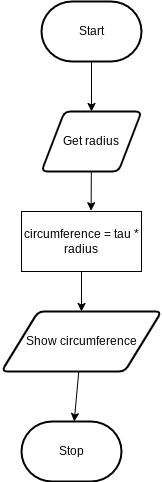
The draw.io diagram flowchat.png in Kyanh-Pham/ICS3U-Unit2-03-Python, before a commit. Source tidied: cells renumbered, new cells last; positions are measured from the earlier drawing's top-left corner, leaving out a move shared by most shapes. Its diagram source:
```xml
<mxGraphModel>
  <root>
    <mxCell id="0" />
    <mxCell id="1" parent="0" />
    <mxCell id="2" style="edgeStyle=none;html=1;entryX=0.5;entryY=0;entryDx=0;entryDy=0;" parent="1" edge="1" source="3" target="5">
      <mxGeometry relative="1" as="geometry" />
    </mxCell>
    <mxCell id="3" value="Start" style="strokeWidth=2;html=1;shape=mxgraph.flowchart.terminator;whiteSpace=wrap;" parent="1" vertex="1">
      <mxGeometry x="40" width="100" height="60" as="geometry" />
    </mxCell>
    <mxCell id="4" style="edgeStyle=none;html=1;entryX=0.58;entryY=-0.013;entryDx=0;entryDy=0;entryPerimeter=0;" parent="1" edge="1" source="5" target="7">
      <mxGeometry relative="1" as="geometry" />
    </mxCell>
    <mxCell id="5" value="Get radius" style="shape=parallelogram;html=1;strokeWidth=2;perimeter=parallelogramPerimeter;whiteSpace=wrap;rounded=1;arcSize=12;size=0.23;" parent="1" vertex="1">
      <mxGeometry x="40" y="110" width="100" height="60" as="geometry" />
    </mxCell>
    <mxCell id="6" style="edgeStyle=none;html=1;entryX=0.5;entryY=0;entryDx=0;entryDy=0;" parent="1" edge="1" source="7" target="9">
      <mxGeometry relative="1" as="geometry" />
    </mxCell>
    <mxCell id="7" value="circumference = tau * radius" style="rounded=0;whiteSpace=wrap;html=1;" parent="1" vertex="1">
      <mxGeometry x="20" y="210" width="120" height="60" as="geometry" />
    </mxCell>
    <mxCell id="8" style="edgeStyle=none;html=1;" parent="1" edge="1" source="9" target="10">
      <mxGeometry relative="1" as="geometry" />
    </mxCell>
    <mxCell id="9" value="Show circumference" style="shape=parallelogram;html=1;strokeWidth=2;perimeter=parallelogramPerimeter;whiteSpace=wrap;rounded=1;arcSize=12;size=0.23;" parent="1" vertex="1">
      <mxGeometry y="310" width="160" height="60" as="geometry" />
    </mxCell>
    <mxCell id="10" value="Stop" style="strokeWidth=2;html=1;shape=mxgraph.flowchart.terminator;whiteSpace=wrap;" parent="1" vertex="1">
      <mxGeometry x="20" y="420" width="100" height="60" as="geometry" />
    </mxCell>
  </root>
</mxGraphModel>
```
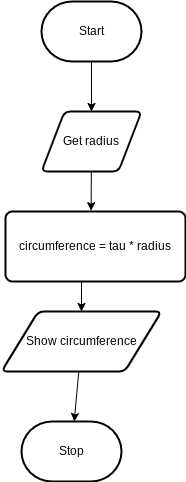
Later version of the same file.

Commit message:
changed flowchart to round edge

What changed in the source:
```diff
@@ -8,18 +8,19 @@
     <mxCell id="3" value="Start" style="strokeWidth=2;html=1;shape=mxgraph.flowchart.terminator;whiteSpace=wrap;" parent="1" vertex="1">
       <mxGeometry x="40" width="100" height="60" as="geometry" />
     </mxCell>
-    <mxCell id="4" style="edgeStyle=none;html=1;entryX=0.58;entryY=-0.013;entryDx=0;entryDy=0;entryPerimeter=0;" parent="1" edge="1" source="5" target="7">
-      <mxGeometry relative="1" as="geometry" />
+    <mxCell id="4" style="edgeStyle=none;html=1;entryX=0.58;entryY=-0.013;entryDx=0;entryDy=0;entryPerimeter=0;" parent="1" edge="1" source="5">
+      <mxGeometry relative="1" as="geometry">
+        <mxPoint x="89.6" y="209.2" as="targetPoint" />
+      </mxGeometry>
     </mxCell>
     <mxCell id="5" value="Get radius" style="shape=parallelogram;html=1;strokeWidth=2;perimeter=parallelogramPerimeter;whiteSpace=wrap;rounded=1;arcSize=12;size=0.23;" parent="1" vertex="1">
       <mxGeometry x="40" y="110" width="100" height="60" as="geometry" />
     </mxCell>
-    <mxCell id="6" style="edgeStyle=none;html=1;entryX=0.5;entryY=0;entryDx=0;entryDy=0;" parent="1" edge="1" source="7" target="9">
-      <mxGeometry relative="1" as="geometry" />
+    <mxCell id="6" style="edgeStyle=none;html=1;entryX=0.5;entryY=0;entryDx=0;entryDy=0;" parent="1" edge="1" target="9">
+      <mxGeometry relative="1" as="geometry">
+        <mxPoint x="80" y="270" as="sourcePoint" />
+      </mxGeometry>
     </mxCell>
-    <mxCell id="7" value="circumference = tau * radius" style="rounded=0;whiteSpace=wrap;html=1;" parent="1" vertex="1">
-      <mxGeometry x="20" y="210" width="120" height="60" as="geometry" />
-    </mxCell>
     <mxCell id="8" style="edgeStyle=none;html=1;" parent="1" edge="1" source="9" target="10">
       <mxGeometry relative="1" as="geometry" />
     </mxCell>
@@ -29,5 +30,8 @@
     <mxCell id="10" value="Stop" style="strokeWidth=2;html=1;shape=mxgraph.flowchart.terminator;whiteSpace=wrap;" parent="1" vertex="1">
       <mxGeometry x="20" y="420" width="100" height="60" as="geometry" />
     </mxCell>
+    <mxCell id="7" value="&lt;span&gt;circumference = tau * radius&lt;/span&gt;" style="rounded=1;whiteSpace=wrap;html=1;absoluteArcSize=1;arcSize=14;strokeWidth=2;" parent="1" vertex="1">
+      <mxGeometry x="4" y="210" width="180" height="70" as="geometry" />
+    </mxCell>
   </root>
 </mxGraphModel>
```
